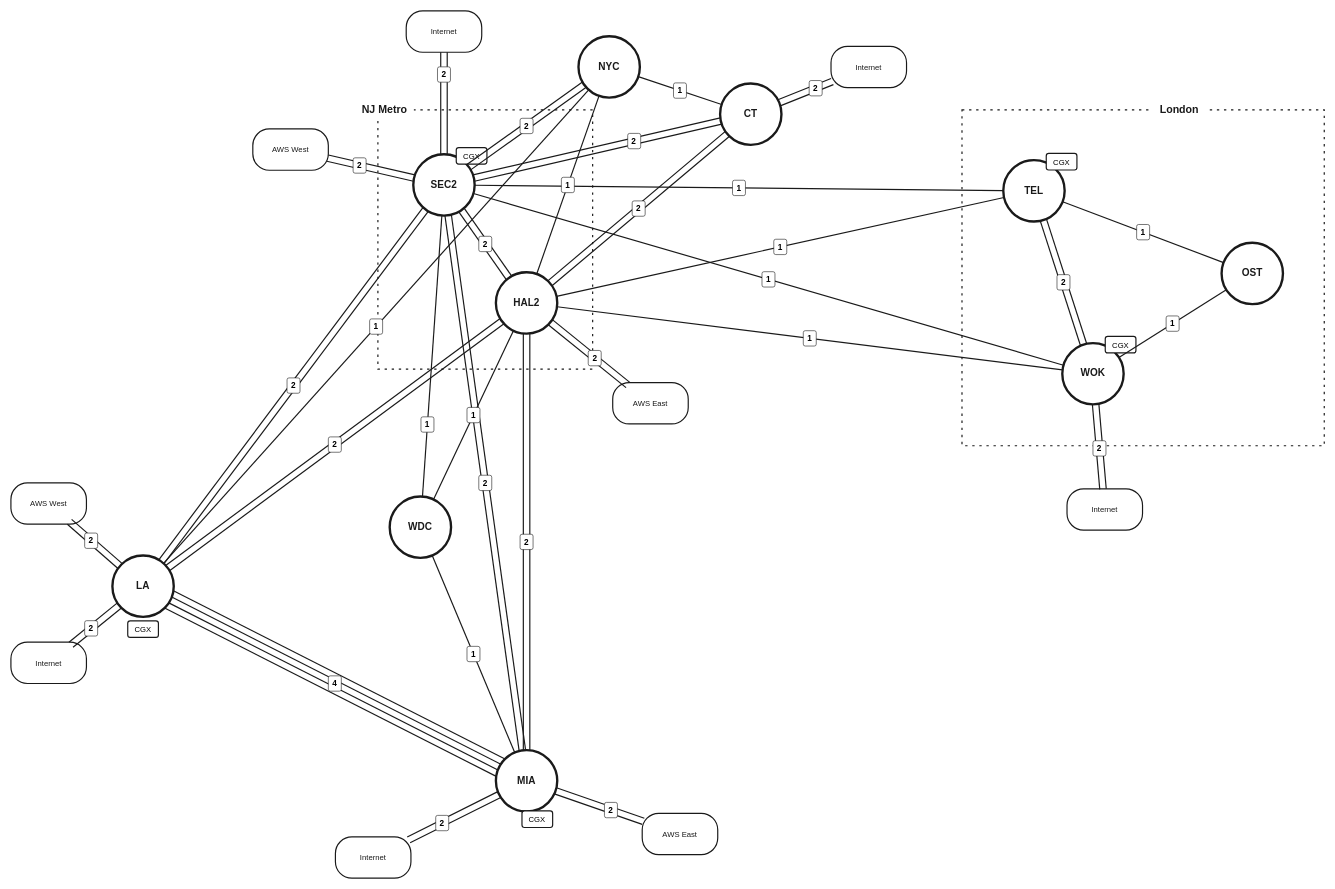
This is lowlatency-plan1/lowlatency_plan1.drawio from sdncoder/network-graphs, a draw.io file, before an edit. Source tidied: cells renumbered, new cells numbered last; positions are measured from the earlier drawing's top-left corner, leaving out a move shared by most shapes. Both pictures are drawn from the tidied source at 59%, with x=0, y=0 at pixel (11, 11).
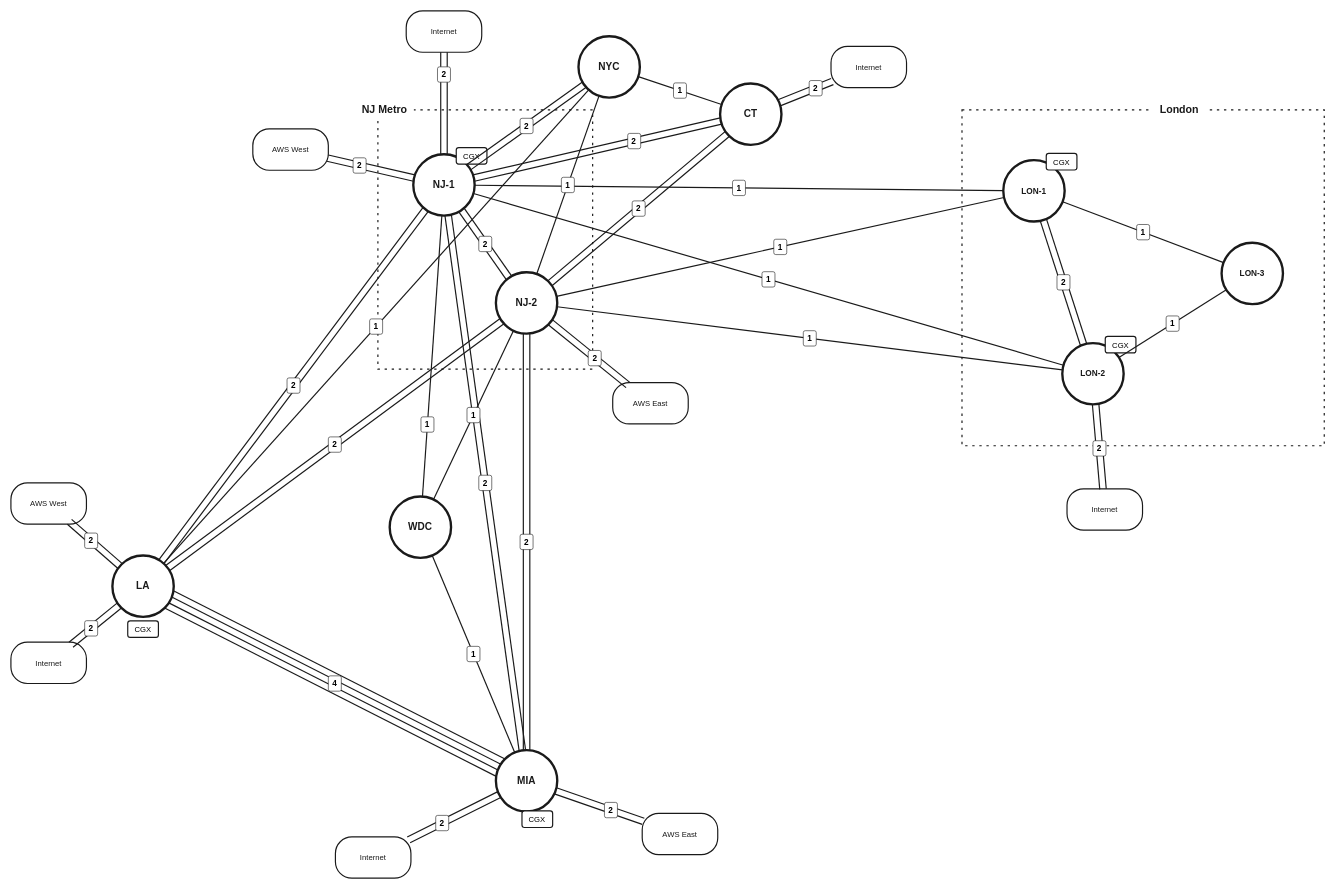
The same diagram, later.

Commit message (it also covers changes not shown here):
Generalize site names in Plan1 model

What changed in the source:
```diff
@@
-    <mxCell id="8" value="SEC2" style="ellipse;whiteSpace=wrap;html=1;fillColor=#FFFFFF;strokeColor=#1A1A1A;strokeWidth=4;fontStyle=1;fontSize=17;fontColor=#1A1A1A;" parent="1" vertex="1">
+    <mxCell id="8" value="NJ-1" style="ellipse;whiteSpace=wrap;html=1;fillColor=#FFFFFF;strokeColor=#1A1A1A;strokeWidth=4;fontStyle=1;fontSize=17;fontColor=#1A1A1A;" parent="1" vertex="1">
       <mxGeometry x="682" y="243" width="104" height="104" as="geometry" />
     </mxCell>
@@
-    <mxCell id="10" value="HAL2" style="ellipse;whiteSpace=wrap;html=1;fillColor=#FFFFFF;strokeColor=#1A1A1A;strokeWidth=4;fontStyle=1;fontSize=17;fontColor=#1A1A1A;" parent="1" vertex="1">
+    <mxCell id="10" value="NJ-2" style="ellipse;whiteSpace=wrap;html=1;fillColor=#FFFFFF;strokeColor=#1A1A1A;strokeWidth=4;fontStyle=1;fontSize=17;fontColor=#1A1A1A;" parent="1" vertex="1">
       <mxGeometry x="822" y="443" width="104" height="104" as="geometry" />
     </mxCell>
@@
-    <mxCell id="16" value="TEL" style="ellipse;whiteSpace=wrap;html=1;fillColor=#FFFFFF;strokeColor=#1A1A1A;strokeWidth=4;fontStyle=1;fontSize=17;fontColor=#1A1A1A;" parent="1" vertex="1">
+    <mxCell id="16" value="LON-1" style="ellipse;whiteSpace=wrap;html=1;fillColor=#FFFFFF;strokeColor=#1A1A1A;strokeWidth=4;fontStyle=1;fontSize=14;fontColor=#1A1A1A;" parent="1" vertex="1">
       <mxGeometry x="1682" y="253" width="104" height="104" as="geometry" />
     </mxCell>
@@
-    <mxCell id="18" value="WOK" style="ellipse;whiteSpace=wrap;html=1;fillColor=#FFFFFF;strokeColor=#1A1A1A;strokeWidth=4;fontStyle=1;fontSize=17;fontColor=#1A1A1A;" parent="1" vertex="1">
+    <mxCell id="18" value="LON-2" style="ellipse;whiteSpace=wrap;html=1;fillColor=#FFFFFF;strokeColor=#1A1A1A;strokeWidth=4;fontStyle=1;fontSize=14;fontColor=#1A1A1A;" parent="1" vertex="1">
       <mxGeometry x="1782" y="563" width="104" height="104" as="geometry" />
     </mxCell>
@@
-    <mxCell id="20" value="OST" style="ellipse;whiteSpace=wrap;html=1;fillColor=#FFFFFF;strokeColor=#1A1A1A;strokeWidth=4;fontStyle=1;fontSize=17;fontColor=#1A1A1A;" parent="1" vertex="1">
+    <mxCell id="20" value="LON-3" style="ellipse;whiteSpace=wrap;html=1;fillColor=#FFFFFF;strokeColor=#1A1A1A;strokeWidth=4;fontStyle=1;fontSize=14;fontColor=#1A1A1A;" parent="1" vertex="1">
       <mxGeometry x="2052" y="393" width="104" height="104" as="geometry" />
     </mxCell>
```
